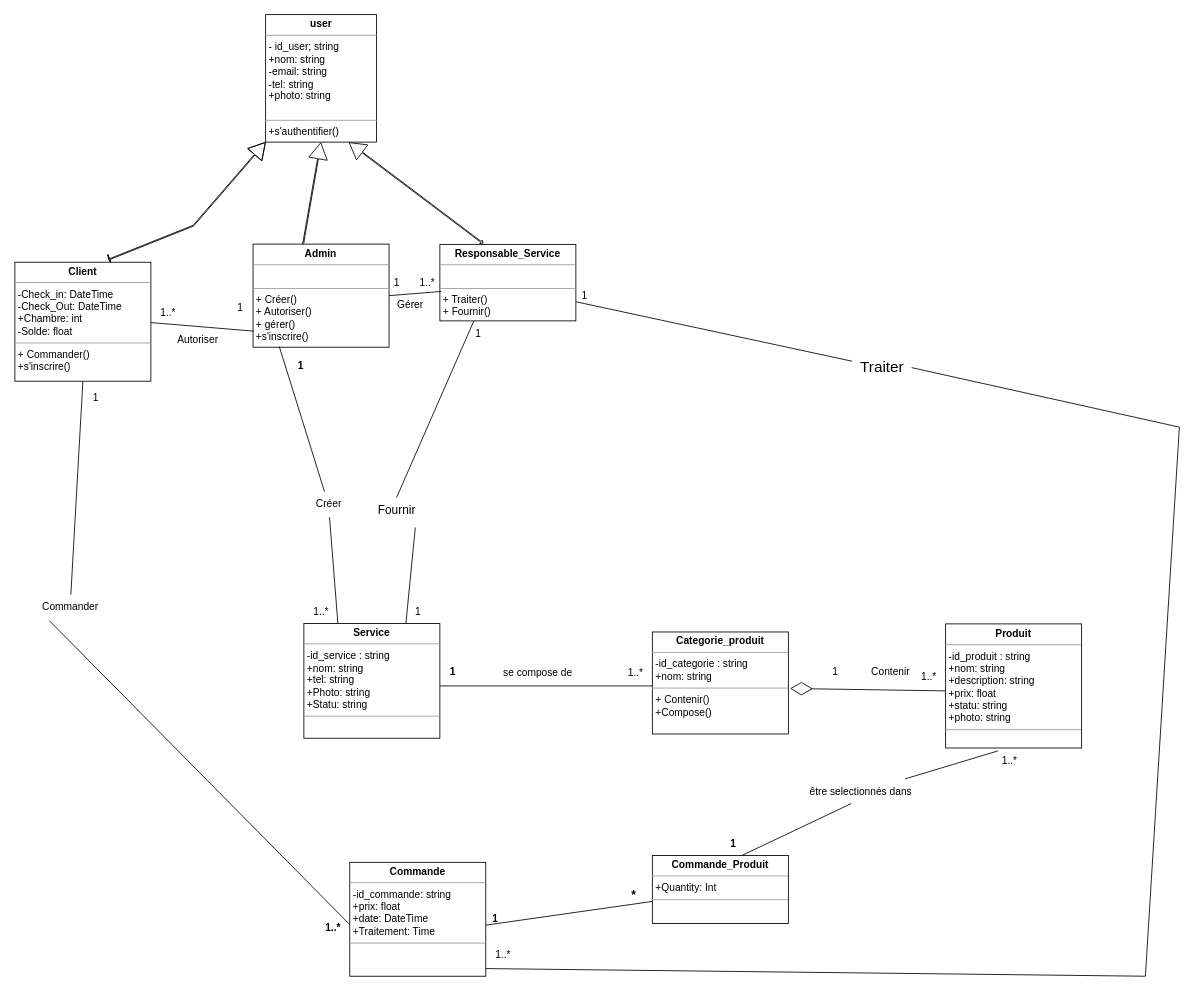
Above: page "Class" (1 of 2) of Use case drawio v2.drawio in labidimahdi/diagrams (draw.io), before the change. Source tidied: cells renumbered, new cells numbered last; positions are measured from the earlier drawing's top-left corner, leaving out a move shared by most shapes. Both pictures are drawn from the tidied source at 85%, with x=0, y=0 at pixel (14, 14).
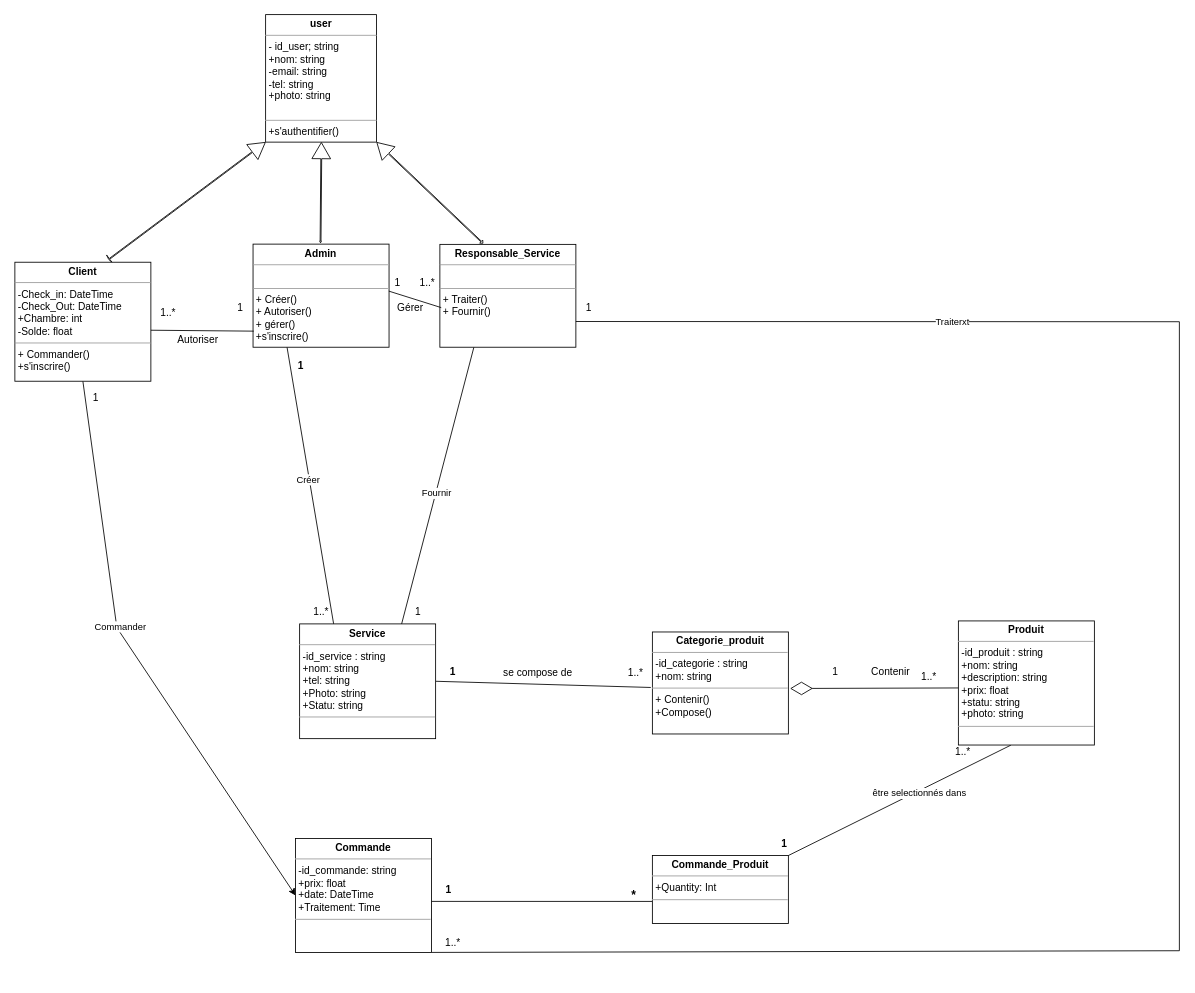
The same diagram, later.

Commit message:
Mettre à jour Use case drawio v2.drawio

The change refers to these unchanged cells:
```xml
<mxCell id="18" value="&lt;p style=&quot;margin:0px;margin-top:4px;text-align:center;&quot;&gt;&lt;b&gt;Admin&lt;/b&gt;&lt;/p&gt;&lt;hr size=&quot;1&quot;&gt;&lt;p style=&quot;margin:0px;margin-left:4px;&quot;&gt;&lt;br&gt;&lt;/p&gt;&lt;hr size=&quot;1&quot;&gt;&lt;p style=&quot;margin:0px;margin-left:4px;&quot;&gt;+ Créer()&lt;/p&gt;&lt;p style=&quot;margin:0px;margin-left:4px;&quot;&gt;+ Autoriser()&lt;/p&gt;&lt;p style=&quot;margin:0px;margin-left:4px;&quot;&gt;+ gérer()&lt;/p&gt;&lt;p style=&quot;margin:0px;margin-left:4px;&quot;&gt;+s'inscrire()&lt;/p&gt;" style="verticalAlign=top;align=left;overflow=fill;fontSize=12;fontFamily=Helvetica;html=1;whiteSpace=wrap;" parent="1" vertex="1">
  <mxGeometry x="280.2" y="269.7" width="160" height="121.3" as="geometry" />
</mxCell>
<mxCell id="27" value="&lt;p style=&quot;margin:0px;margin-top:4px;text-align:center;&quot;&gt;&lt;b&gt;user&lt;/b&gt;&lt;/p&gt;&lt;hr size=&quot;1&quot;&gt;&lt;p style=&quot;margin:0px;margin-left:4px;&quot;&gt;- id_user; string&lt;/p&gt;&lt;p style=&quot;margin:0px;margin-left:4px;&quot;&gt;+nom: string&lt;/p&gt;&lt;p style=&quot;margin:0px;margin-left:4px;&quot;&gt;-email: string&lt;/p&gt;&lt;p style=&quot;margin:0px;margin-left:4px;&quot;&gt;-tel: string&lt;/p&gt;&lt;p style=&quot;margin:0px;margin-left:4px;&quot;&gt;+photo: string&lt;/p&gt;&lt;p style=&quot;margin:0px;margin-left:4px;&quot;&gt;&lt;br&gt;&lt;/p&gt;&lt;hr size=&quot;1&quot;&gt;&lt;p style=&quot;margin:0px;margin-left:4px;&quot;&gt;+s'authentifier()&lt;/p&gt;" style="verticalAlign=top;align=left;overflow=fill;fontSize=12;fontFamily=Helvetica;html=1;whiteSpace=wrap;" parent="1" vertex="1">
  <mxGeometry x="295" y="-0.3" width="130.5" height="150" as="geometry" />
</mxCell>
<mxCell id="28" value="&lt;p style=&quot;margin:0px;margin-top:4px;text-align:center;&quot;&gt;&lt;b&gt;Client&lt;/b&gt;&lt;/p&gt;&lt;hr size=&quot;1&quot;&gt;&lt;p style=&quot;margin:0px;margin-left:4px;&quot;&gt;-Check_in: DateTime&lt;/p&gt;&lt;p style=&quot;margin:0px;margin-left:4px;&quot;&gt;-Check_Out: DateTime&lt;/p&gt;&lt;p style=&quot;margin:0px;margin-left:4px;&quot;&gt;+Chambre: int&lt;/p&gt;&lt;p style=&quot;margin:0px;margin-left:4px;&quot;&gt;-Solde: float&lt;/p&gt;&lt;hr size=&quot;1&quot;&gt;&lt;p style=&quot;margin:0px;margin-left:4px;&quot;&gt;+ Commander()&lt;/p&gt;&lt;p style=&quot;margin:0px;margin-left:4px;&quot;&gt;+s'inscrire()&lt;/p&gt;" style="verticalAlign=top;align=left;overflow=fill;fontSize=12;fontFamily=Helvetica;html=1;whiteSpace=wrap;" parent="1" vertex="1">
  <mxGeometry y="291" width="160" height="140" as="geometry" />
</mxCell>
<mxCell id="35" value="1..*" style="text;html=1;align=center;verticalAlign=middle;points=[];strokeColor=none;fillColor=none;" parent="1" vertex="1">
  <mxGeometry x="710" y="758.5" width="40" height="30" as="geometry" />
</mxCell>
<mxCell id="42" value="&lt;p style=&quot;margin:0px;margin-top:4px;text-align:center;&quot;&gt;&lt;b&gt;Commande_Produit&lt;/b&gt;&lt;/p&gt;&lt;hr size=&quot;1&quot;&gt;&lt;p style=&quot;margin:0px;margin-left:4px;&quot;&gt;&lt;span style=&quot;background-color: initial;&quot;&gt;+Quantity: Int&lt;/span&gt;&lt;/p&gt;&lt;hr size=&quot;1&quot;&gt;&lt;p style=&quot;margin:0px;margin-left:4px;&quot;&gt;&lt;br&gt;&lt;/p&gt;" style="verticalAlign=top;align=left;overflow=fill;fontSize=12;fontFamily=Helvetica;html=1;whiteSpace=wrap;" parent="1" vertex="1">
  <mxGeometry x="750" y="989" width="160" height="80" as="geometry" />
</mxCell>
```

What changed in the source:
```diff
@@
     <mxCell id="2" value="1" style="text;align=center;fontStyle=1;verticalAlign=middle;spacingLeft=3;spacingRight=3;strokeColor=none;html=1;" parent="1" vertex="1">
-      <mxGeometry x="550" y="1051" width="30" height="26" as="geometry" />
+      <mxGeometry x="495" y="1016" width="30" height="26" as="geometry" />
     </mxCell>
     <mxCell id="3" value="1" style="text;align=center;fontStyle=1;verticalAlign=middle;spacingLeft=3;spacingRight=3;strokeColor=none;html=1;" parent="1" vertex="1">
-      <mxGeometry x="830" y="963" width="30" height="26" as="geometry" />
+      <mxGeometry x="890" y="963" width="30" height="26" as="geometry" />
     </mxCell>
@@
-    <mxCell id="5" style="endArrow=none;html=1;rounded=0;entryX=0.5;entryY=1;entryDx=0;entryDy=0;" parent="1" edge="1" source="17" target="28">
-      <mxGeometry relative="1" as="geometry" />
-    </mxCell>
@@
     <mxCell id="12" value="1..*" style="text;html=1;align=center;verticalAlign=middle;strokeColor=none;fillColor=none;" parent="1" vertex="1">
-      <mxGeometry x="1150" y="862.5" width="40" height="30" as="geometry" />
+      <mxGeometry x="1095" y="851.5" width="40" height="30" as="geometry" />
     </mxCell>
-    <mxCell id="13" style="endArrow=none;html=1;rounded=0;exitX=0.553;exitY=0;exitDx=0;exitDy=0;exitPerimeter=0;entryX=0.421;entryY=0.964;entryDx=0;entryDy=0;entryPerimeter=0;" parent="1" edge="1" target="14">
-      <mxGeometry relative="1" as="geometry">
-        <mxPoint x="855.1" y="989" as="sourcePoint" />
-      </mxGeometry>
-    </mxCell>
+    <mxCell id="15" style="endArrow=none;html=1;rounded=0;exitX=1;exitY=0;exitDx=0;exitDy=0;entryX=0.386;entryY=1.001;entryDx=0;entryDy=0;entryPerimeter=0;" parent="1" edge="1" source="42" target="41">
+      <mxGeometry relative="1" as="geometry" />
+    </mxCell>
-    <mxCell id="14" value="être selectionnés dans" style="text;html=1;align=center;verticalAlign=middle;points=[];strokeColor=none;fillColor=none;" parent="1" vertex="1">
-      <mxGeometry x="925" y="899" width="140" height="30" as="geometry" />
+    <mxCell id="14" value="être selectionnés dans" style="edgeLabel;html=1;align=center;verticalAlign=middle;points=[];" parent="15" vertex="1">
+      <mxGeometry x="0.16" y="-2" relative="1" as="geometry">
+        <mxPoint x="1" as="offset" />
+      </mxGeometry>
     </mxCell>
-    <mxCell id="15" style="endArrow=none;html=1;rounded=0;exitX=0.873;exitY=-0.004;exitDx=0;exitDy=0;exitPerimeter=0;entryX=0.386;entryY=1.023;entryDx=0;entryDy=0;entryPerimeter=0;" parent="1" edge="1" source="14" target="41">
-      <mxGeometry relative="1" as="geometry" />
-    </mxCell>
-    <mxCell id="16" style="endArrow=none;html=1;rounded=0;entryX=0.226;entryY=1.015;entryDx=0;entryDy=0;entryPerimeter=0;exitX=0.003;exitY=0.55;exitDx=0;exitDy=0;exitPerimeter=0;" parent="1" edge="1" source="43" target="17">
-      <mxGeometry relative="1" as="geometry" />
-    </mxCell>
-    <mxCell id="17" value="Commander" style="text;html=1;align=center;verticalAlign=middle;points=[];strokeColor=none;fillColor=none;" parent="1" vertex="1">
-      <mxGeometry x="20" y="682" width="90" height="30" as="geometry" />
-    </mxCell>
+    <mxCell id="60" style="rounded=0;jettySize=auto;html=1;exitX=0.25;exitY=1;exitDx=0;exitDy=0;entryX=0.25;entryY=0;entryDx=0;entryDy=0;endArrow=none;endFill=0;" parent="1" edge="1" source="18" target="19">
+      <mxGeometry relative="1" as="geometry" />
+    </mxCell>
+    <mxCell id="21" value="Créer" style="edgeLabel;html=1;align=center;verticalAlign=middle;points=[];" parent="60" vertex="1">
+      <mxGeometry x="-0.05" y="-2" relative="1" as="geometry" />
+    </mxCell>
@@
+    <mxCell id="61" style="rounded=0;jettySize=auto;html=1;exitX=1;exitY=0.5;exitDx=0;exitDy=0;entryX=0.954;entryY=1.093;entryDx=0;entryDy=0;entryPerimeter=0;endArrow=none;endFill=0;" parent="1" edge="1" source="19" target="35">
+      <mxGeometry relative="1" as="geometry" />
+    </mxCell>
     <mxCell id="19" value="&lt;p style=&quot;margin:0px;margin-top:4px;text-align:center;&quot;&gt;&lt;b&gt;Service&lt;/b&gt;&lt;/p&gt;&lt;hr size=&quot;1&quot;&gt;&lt;p style=&quot;margin:0px;margin-left:4px;&quot;&gt;-id_service : string&lt;/p&gt;&lt;p style=&quot;margin:0px;margin-left:4px;&quot;&gt;&lt;span style=&quot;background-color: initial;&quot;&gt;+nom: string&lt;/span&gt;&lt;/p&gt;&lt;p style=&quot;margin:0px;margin-left:4px;&quot;&gt;&lt;span style=&quot;background-color: initial;&quot;&gt;+tel&lt;/span&gt;&lt;span style=&quot;background-color: initial;&quot;&gt;: string&lt;/span&gt;&lt;/p&gt;&lt;p style=&quot;margin:0px;margin-left:4px;&quot;&gt;+Photo: string&lt;/p&gt;&lt;p style=&quot;margin:0px;margin-left:4px;&quot;&gt;+Statu: string&lt;/p&gt;&lt;hr size=&quot;1&quot;&gt;&lt;p style=&quot;margin:0px;margin-left:4px;&quot;&gt;&lt;br&gt;&lt;/p&gt;" style="verticalAlign=top;align=left;overflow=fill;fontSize=12;fontFamily=Helvetica;html=1;whiteSpace=wrap;" parent="1" vertex="1">
-      <mxGeometry x="340" y="716" width="160" height="135" as="geometry" />
+      <mxGeometry x="335" y="716.5" width="160" height="135" as="geometry" />
     </mxCell>
-    <mxCell id="20" style="endArrow=none;html=1;rounded=0;exitX=0.25;exitY=0;exitDx=0;exitDy=0;" parent="1" edge="1" source="19" target="21">
-      <mxGeometry relative="1" as="geometry" />
-    </mxCell>
-    <mxCell id="21" value="Créer" style="text;html=1;align=center;verticalAlign=middle;points=[];strokeColor=none;fillColor=none;" parent="1" vertex="1">
-      <mxGeometry x="344" y="561" width="50" height="30" as="geometry" />
-    </mxCell>
-    <mxCell id="22" style="endArrow=none;html=1;rounded=0;entryX=0.193;entryY=0.994;entryDx=0;entryDy=0;entryPerimeter=0;" parent="1" edge="1" source="21" target="18">
-      <mxGeometry relative="1" as="geometry" />
-    </mxCell>
+    <mxCell id="62" style="rounded=0;jettySize=auto;html=1;exitX=0.25;exitY=1;exitDx=0;exitDy=0;endArrow=none;endFill=0;entryX=0.75;entryY=0;entryDx=0;entryDy=0;" parent="1" edge="1" source="23" target="19">
+      <mxGeometry relative="1" as="geometry" />
+    </mxCell>
+    <mxCell id="31" value="Fournir" style="edgeLabel;html=1;align=center;verticalAlign=middle;points=[];" parent="62" vertex="1">
+      <mxGeometry x="0.05" relative="1" as="geometry" />
+    </mxCell>
     <mxCell id="23" value="&lt;p style=&quot;margin:0px;margin-top:4px;text-align:center;&quot;&gt;&lt;b&gt;Responsable_Service&lt;/b&gt;&lt;/p&gt;&lt;hr size=&quot;1&quot;&gt;&lt;p style=&quot;margin:0px;margin-left:4px;&quot;&gt;&lt;br&gt;&lt;/p&gt;&lt;hr size=&quot;1&quot;&gt;&lt;p style=&quot;margin:0px;margin-left:4px;&quot;&gt;+ Traiter()&lt;/p&gt;&lt;p style=&quot;margin:0px;margin-left:4px;&quot;&gt;+ Fournir()&lt;/p&gt;" style="verticalAlign=top;align=left;overflow=fill;fontSize=12;fontFamily=Helvetica;html=1;whiteSpace=wrap;" parent="1" vertex="1">
-      <mxGeometry x="500" y="270" width="160" height="90" as="geometry" />
+      <mxGeometry x="500" y="270" width="160" height="121" as="geometry" />
     </mxCell>
-    <mxCell id="24" style="shape=flexArrow;endArrow=classic;startArrow=classic;html=1;rounded=0;width=1;startSize=0.6;startWidth=3.1578947368421053;entryX=0.75;entryY=1;entryDx=0;entryDy=0;" parent="1" edge="1">
+    <mxCell id="24" style="shape=flexArrow;endArrow=classic;startArrow=classic;html=1;rounded=0;width=1;startSize=0.6;startWidth=3.1578947368421053;entryX=1;entryY=1;entryDx=0;entryDy=0;" parent="1" edge="1" target="27">
       <mxGeometry relative="1" as="geometry">
         <mxPoint x="551" y="269" as="sourcePoint" />
-        <mxPoint x="393" y="150" as="targetPoint" />
       </mxGeometry>
     </mxCell>
-    <mxCell id="25" style="shape=flexArrow;endArrow=classic;startArrow=classic;html=1;rounded=0;width=1;startSize=0.38;startWidth=0;entryX=0.5;entryY=1;entryDx=0;entryDy=0;" parent="1" edge="1">
+    <mxCell id="25" style="shape=flexArrow;endArrow=classic;startArrow=classic;html=1;rounded=0;width=1;startSize=0.38;startWidth=0;" parent="1" edge="1">
       <mxGeometry relative="1" as="geometry">
-        <mxPoint x="339" y="270" as="sourcePoint" />
-        <mxPoint x="360" y="150" as="targetPoint" />
+        <mxPoint x="359.6" y="268.7" as="sourcePoint" />
+        <mxPoint x="360.6" y="149.7" as="targetPoint" />
       </mxGeometry>
     </mxCell>
     <mxCell id="26" style="shape=flexArrow;endArrow=classic;startArrow=classic;html=1;rounded=0;width=1;startSize=0.031578947368421054;startWidth=9.473684210526317;entryX=0;entryY=1;entryDx=0;entryDy=0;" parent="1" edge="1" target="27">
       <mxGeometry relative="1" as="geometry">
         <mxPoint x="110" y="288" as="sourcePoint" />
-        <Array as="points">
-          <mxPoint x="210" y="248" />
-        </Array>
       </mxGeometry>
     </mxCell>
@@
+    <mxCell id="63" style="rounded=0;jettySize=auto;html=1;exitX=0.5;exitY=1;exitDx=0;exitDy=0;entryX=0;entryY=0.5;entryDx=0;entryDy=0;" parent="1" edge="1" source="28" target="43">
+      <mxGeometry relative="1" as="geometry">
+        <Array as="points">
+          <mxPoint x="120" y="721" />
+        </Array>
+      </mxGeometry>
+    </mxCell>
+    <mxCell id="17" value="Commander&lt;br&gt;" style="edgeLabel;html=1;align=center;verticalAlign=middle;points=[];" parent="63" vertex="1">
+      <mxGeometry x="-0.13" y="3" relative="1" as="geometry">
+        <mxPoint x="1" as="offset" />
+      </mxGeometry>
+    </mxCell>
@@
-    <mxCell id="29" style="endArrow=none;html=1;rounded=0;exitX=0.5;exitY=0;exitDx=0;exitDy=0;entryX=0.25;entryY=1;entryDx=0;entryDy=0;" parent="1" edge="1" source="31" target="23">
-      <mxGeometry relative="1" as="geometry" />
-    </mxCell>
-    <mxCell id="30" style="endArrow=none;html=1;rounded=0;entryX=0.816;entryY=1.169;entryDx=0;entryDy=0;exitX=0.75;exitY=0;exitDx=0;exitDy=0;entryPerimeter=0;" parent="1" edge="1" source="19" target="31">
-      <mxGeometry relative="1" as="geometry" />
-    </mxCell>
-    <mxCell id="31" value="&lt;font style=&quot;font-size: 14px;&quot;&gt;Fournir&lt;/font&gt;" style="text;html=1;align=center;verticalAlign=middle;points=[];strokeColor=none;fillColor=none;" parent="1" vertex="1">
-      <mxGeometry x="414" y="568" width="70" height="30" as="geometry" />
-    </mxCell>
@@
-    <mxCell id="33" style="line;strokeWidth=1;fillColor=none;align=left;verticalAlign=middle;spacingTop=-1;spacingLeft=3;spacingRight=3;labelPosition=right;strokeColor=inherit;" parent="1" vertex="1">
-      <mxGeometry x="500" y="785.5" width="250" height="8" as="geometry" />
-    </mxCell>
@@
     <mxCell id="41" value="&lt;p style=&quot;margin:0px;margin-top:4px;text-align:center;&quot;&gt;&lt;b&gt;Produit&lt;/b&gt;&lt;/p&gt;&lt;hr size=&quot;1&quot;&gt;&lt;p style=&quot;margin:0px;margin-left:4px;&quot;&gt;-id_produit : string&lt;/p&gt;&lt;p style=&quot;margin:0px;margin-left:4px;&quot;&gt;&lt;span style=&quot;background-color: initial;&quot;&gt;+nom: string&lt;/span&gt;&lt;/p&gt;&lt;p style=&quot;margin:0px;margin-left:4px;&quot;&gt;+description: string&lt;/p&gt;&lt;p style=&quot;margin:0px;margin-left:4px;&quot;&gt;+prix: float&lt;/p&gt;&lt;p style=&quot;margin:0px;margin-left:4px;&quot;&gt;+statu: string&lt;/p&gt;&lt;p style=&quot;margin:0px;margin-left:4px;&quot;&gt;+photo: string&lt;/p&gt;&lt;hr size=&quot;1&quot;&gt;&lt;p style=&quot;margin:0px;margin-left:4px;&quot;&gt;&lt;br&gt;&lt;/p&gt;" style="verticalAlign=top;align=left;overflow=fill;fontSize=12;fontFamily=Helvetica;html=1;whiteSpace=wrap;" parent="1" vertex="1">
-      <mxGeometry x="1095" y="716.5" width="160" height="146" as="geometry" />
+      <mxGeometry x="1110" y="713" width="160" height="146" as="geometry" />
     </mxCell>
@@
     <mxCell id="43" value="&lt;p style=&quot;margin:0px;margin-top:4px;text-align:center;&quot;&gt;&lt;b&gt;Commande&lt;/b&gt;&lt;/p&gt;&lt;hr size=&quot;1&quot;&gt;&lt;p style=&quot;margin:0px;margin-left:4px;&quot;&gt;&lt;span style=&quot;background-color: initial;&quot;&gt;-id_commande: string&lt;/span&gt;&lt;/p&gt;&lt;p style=&quot;margin:0px;margin-left:4px;&quot;&gt;&lt;span style=&quot;background-color: initial;&quot;&gt;+prix: float&lt;/span&gt;&lt;/p&gt;&lt;p style=&quot;margin:0px;margin-left:4px;&quot;&gt;+date: DateTime&lt;/p&gt;&lt;p style=&quot;margin:0px;margin-left:4px;&quot;&gt;+Traitement: Time&lt;/p&gt;&lt;hr size=&quot;1&quot;&gt;&lt;p style=&quot;margin:0px;margin-left:4px;&quot;&gt;&lt;br&gt;&lt;/p&gt;" style="verticalAlign=top;align=left;overflow=fill;fontSize=12;fontFamily=Helvetica;html=1;whiteSpace=wrap;" parent="1" vertex="1">
-      <mxGeometry x="394" y="997" width="160" height="134" as="geometry" />
+      <mxGeometry x="330.2" y="969" width="160" height="134" as="geometry" />
     </mxCell>
@@
-    <mxCell id="47" style="endArrow=none;html=1;rounded=0;exitX=1;exitY=0.5;exitDx=0;exitDy=0;entryX=0.005;entryY=0.844;entryDx=0;entryDy=0;entryPerimeter=0;" parent="1" edge="1" target="18">
+    <mxCell id="47" style="endArrow=none;html=1;rounded=0;entryX=0.005;entryY=0.844;entryDx=0;entryDy=0;entryPerimeter=0;" parent="1" edge="1" target="18">
       <mxGeometry relative="1" as="geometry">
-        <mxPoint x="160" y="362" as="sourcePoint" />
+        <mxPoint x="160" y="371" as="sourcePoint" />
       </mxGeometry>
     </mxCell>
-    <mxCell id="48" style="endArrow=none;html=1;rounded=0;exitX=1;exitY=0.5;exitDx=0;exitDy=0;entryX=0.01;entryY=0.615;entryDx=0;entryDy=0;entryPerimeter=0;" parent="1" edge="1" source="18" target="23">
-      <mxGeometry relative="1" as="geometry" />
+    <mxCell id="48" style="endArrow=none;html=1;rounded=0;entryX=0.01;entryY=0.615;entryDx=0;entryDy=0;entryPerimeter=0;" parent="1" edge="1" target="23">
+      <mxGeometry relative="1" as="geometry">
+        <mxPoint x="440" y="325" as="sourcePoint" />
+      </mxGeometry>
     </mxCell>
     <mxCell id="49" value="Gérer" style="text;html=1;align=center;verticalAlign=middle;strokeColor=none;fillColor=none;" parent="1" vertex="1">
-      <mxGeometry x="440.2" y="326" width="50" height="30" as="geometry" />
+      <mxGeometry x="440.2" y="330" width="50" height="30" as="geometry" />
     </mxCell>
     <mxCell id="50" value="1" style="text;html=1;align=center;verticalAlign=middle;strokeColor=none;fillColor=none;" parent="1" vertex="1">
-      <mxGeometry x="434" y="300" width="30" height="30" as="geometry" />
+      <mxGeometry x="435" y="300" width="30" height="30" as="geometry" />
     </mxCell>
@@
-    <mxCell id="53" style="endArrow=none;html=1;rounded=0;" parent="1" edge="1">
+    <mxCell id="53" style="endArrow=none;html=1;rounded=0;exitX=1;exitY=1;exitDx=0;exitDy=0;entryX=1;entryY=0.75;entryDx=0;entryDy=0;" parent="1" edge="1" source="43" target="23">
       <mxGeometry relative="1" as="geometry">
-        <mxPoint x="1330" y="1131" as="sourcePoint" />
-        <mxPoint x="1370" y="485" as="targetPoint" />
+        <Array as="points">
+          <mxPoint x="1370" y="1101" />
+          <mxPoint x="1370" y="361" />
+        </Array>
       </mxGeometry>
     </mxCell>
-    <mxCell id="54" style="endArrow=none;html=1;rounded=0;exitX=1;exitY=0.5;exitDx=0;exitDy=0;" parent="1" edge="1">
-      <mxGeometry relative="1" as="geometry">
-        <mxPoint x="1055" y="415" as="sourcePoint" />
-        <mxPoint x="1370" y="485" as="targetPoint" />
-      </mxGeometry>
-    </mxCell>
-    <mxCell id="55" style="endArrow=none;html=1;rounded=0;exitX=1;exitY=0.75;exitDx=0;exitDy=0;" parent="1" edge="1" source="23" target="56">
-      <mxGeometry relative="1" as="geometry" />
-    </mxCell>
-    <mxCell id="56" value="&lt;font style=&quot;font-size: 18px;&quot;&gt;Traiter&lt;/font&gt;" style="text;html=1;align=center;verticalAlign=middle;points=[];strokeColor=none;fillColor=none;" parent="1" vertex="1">
-      <mxGeometry x="985" y="395" width="70" height="40" as="geometry" />
-    </mxCell>
+    <mxCell id="64" value="Traiterxt" style="edgeLabel;html=1;align=center;verticalAlign=middle;" parent="53" vertex="1">
+      <mxGeometry x="0.62" relative="1" as="geometry" />
+    </mxCell>
     <mxCell id="57" value="1..*" style="text;html=1;align=center;verticalAlign=middle;points=[];strokeColor=none;fillColor=none;" parent="1" vertex="1">
-      <mxGeometry x="554" y="1091" width="40" height="30" as="geometry" />
+      <mxGeometry x="495" y="1077" width="40" height="30" as="geometry" />
     </mxCell>
     <mxCell id="58" value="1" style="text;html=1;align=center;verticalAlign=middle;strokeColor=none;fillColor=none;" parent="1" vertex="1">
-      <mxGeometry x="655" y="316" width="30" height="30" as="geometry" />
+      <mxGeometry x="660" y="330" width="30" height="30" as="geometry" />
     </mxCell>
-    <mxCell id="59" style="endArrow=none;html=1;rounded=0;exitX=0;exitY=1.033;exitDx=0;exitDy=0;exitPerimeter=0;" parent="1" edge="1" source="57">
-      <mxGeometry relative="1" as="geometry">
-        <mxPoint x="1330" y="1131" as="targetPoint" />
-      </mxGeometry>
-    </mxCell>
```
